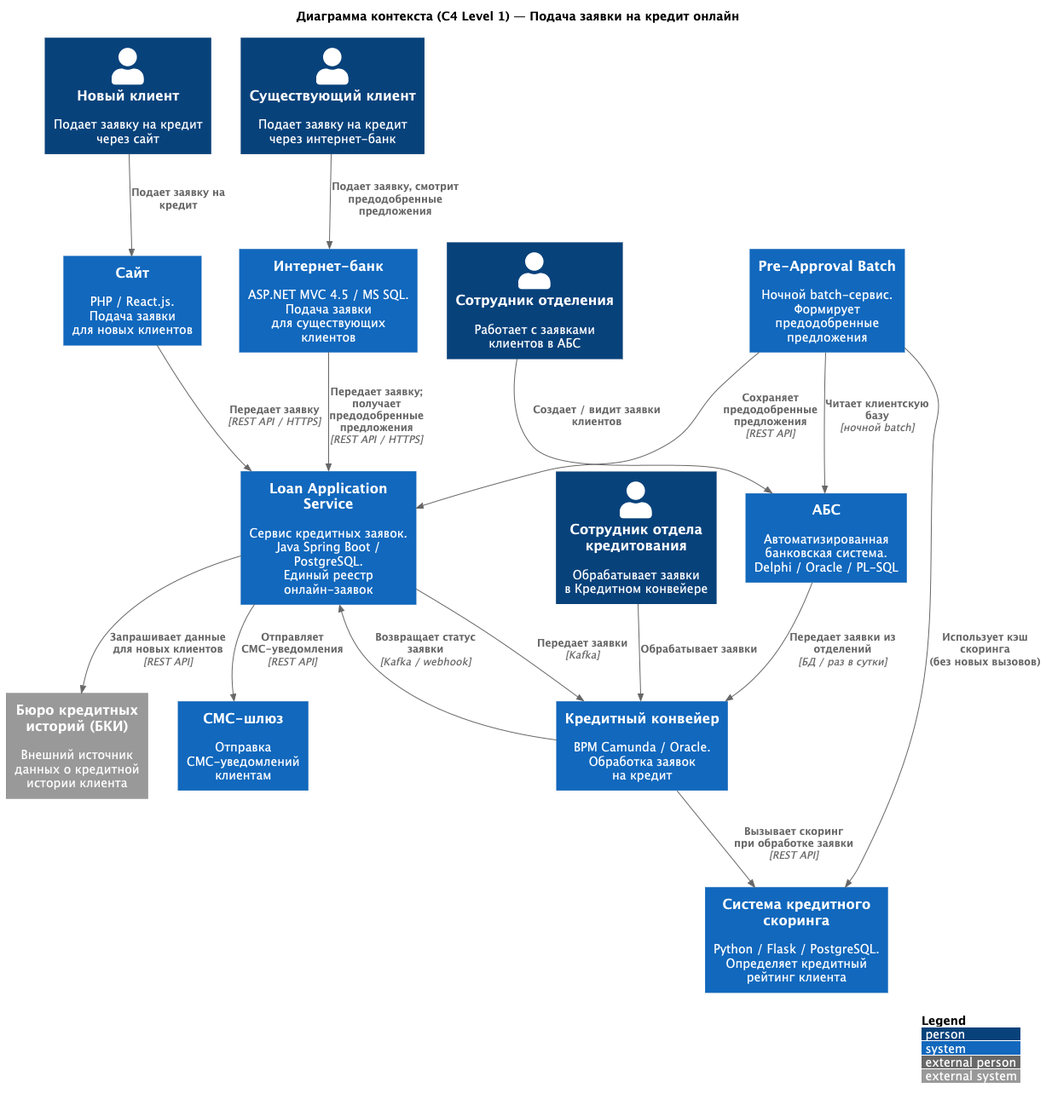
Earlier version of the PlantUML export Task5/Diagrams/c4_context.png (alexruek/architecture-pro-standart). Source of this version:
```plantuml
@startuml c4-context
!include https://raw.githubusercontent.com/plantuml-stdlib/C4-PlantUML/master/C4_Context.puml

LAYOUT_WITH_LEGEND()

title Диаграмма контекста (C4 Level 1) — Подача заявки на кредит онлайн

Person(new_client, "Новый клиент", "Подает заявку на кредит\nчерез сайт")
Person(existing_client, "Существующий клиент", "Подает заявку на кредит\nчерез интернет-банк")
Person(branch_employee, "Сотрудник отделения", "Работает с заявками\nклиентов в АБС")
Person(credit_manager, "Сотрудник отдела\nкредитования", "Обрабатывает заявки\nв Кредитном конвейере")

System(site, "Сайт", "PHP / React.js.\nПодача заявки\nдля новых клиентов")
System(ibank, "Интернет-банк", "ASP.NET MVC 4.5 / MS SQL.\nПодача заявки\nдля существующих клиентов")
System(loan_svc, "Loan Application Service", "Сервис кредитных заявок.\nJava Spring Boot / PostgreSQL.\nЕдиный реестр онлайн-заявок")
System(preapproval_batch, "Pre-Approval Batch", "Ночной batch-сервис.\nФормирует предодобренные\nпредложения")
System(abs, "АБС", "Автоматизированная\nбанковская система.\nDelphi / Oracle / PL-SQL")
System(conveyor, "Кредитный конвейер", "BPM Camunda / Oracle.\nОбработка заявок\nна кредит")
System(scoring, "Система кредитного\nскоринга", "Python / Flask / PostgreSQL.\nОпределяет кредитный\nрейтинг клиента")
System(sms, "СМС-шлюз", "Отправка СМС-уведомлений\nклиентам")
System_Ext(bki, "Бюро кредитных\nисторий (БКИ)", "Внешний источник\nданных о кредитной\nистории клиента")

Rel(new_client, site, "Подает заявку на кредит")
Rel(existing_client, ibank, "Подает заявку, смотрит\nпредодобренные предложения")
Rel(branch_employee, abs, "Создает / видит заявки\nклиентов")
Rel(credit_manager, conveyor, "Обрабатывает заявки")

Rel(site, loan_svc, "Передает заявку", "REST API / HTTPS")
Rel(ibank, loan_svc, "Передает заявку;\nполучает предодобренные предложения", "REST API / HTTPS")
Rel(loan_svc, conveyor, "Передает заявки", "Kafka")
Rel(loan_svc, sms, "Отправляет СМС-уведомления", "REST API")
Rel(loan_svc, bki, "Запрашивает данные\nдля новых клиентов", "REST API")
Rel(preapproval_batch, abs, "Читает клиентскую базу", "ночной batch")
Rel(preapproval_batch, scoring, "Использует кэш скоринга\n(без новых вызовов)")
Rel(preapproval_batch, loan_svc, "Сохраняет предодобренные\nпредложения", "REST API")
Rel(abs, conveyor, "Передает заявки из отделений", "БД / раз в сутки")
Rel(conveyor, scoring, "Вызывает скоринг\nпри обработке заявки", "REST API")
Rel(conveyor, loan_svc, "Возвращает статус заявки", "Kafka / webhook")

@enduml
```
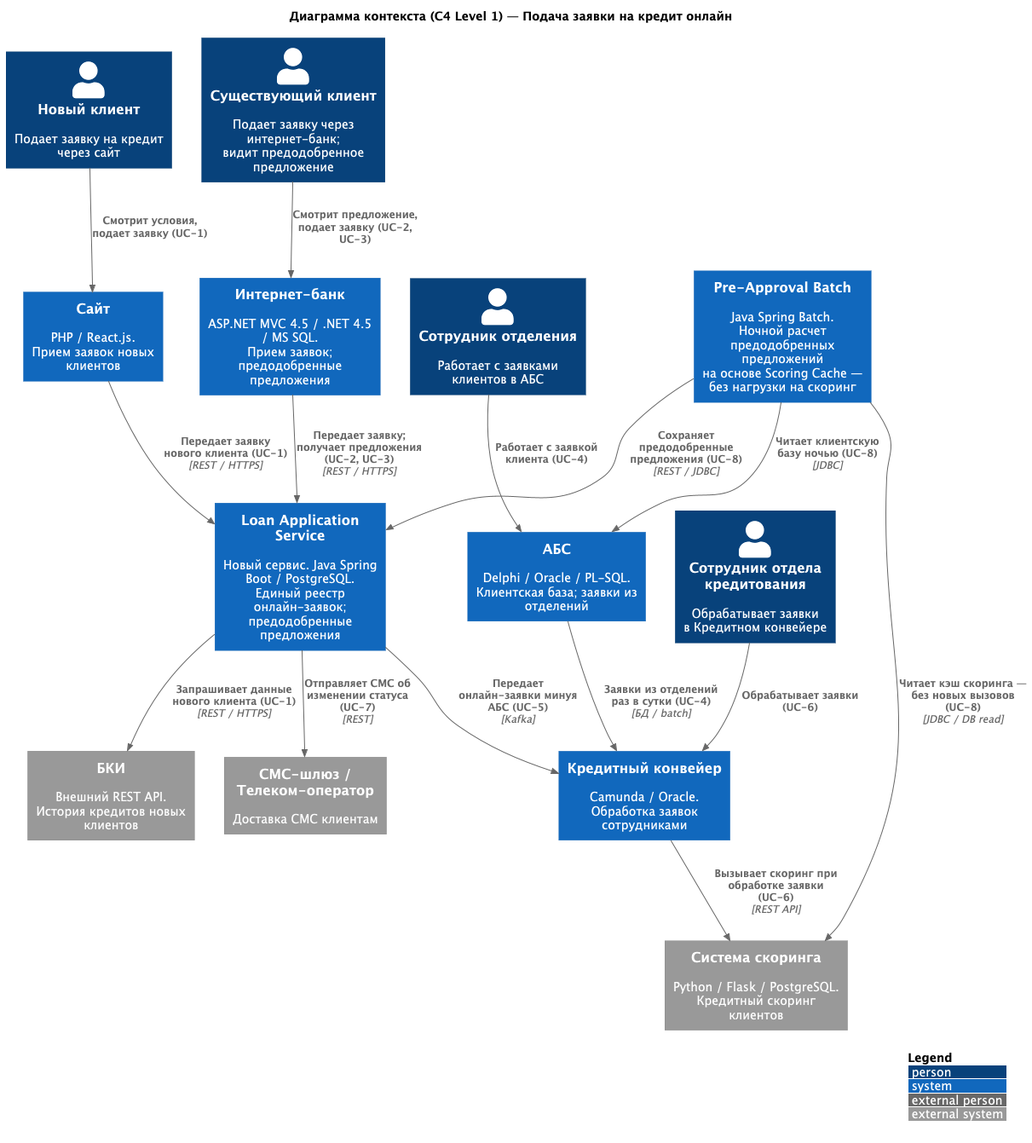
Later version of the same file.

The edit, as a diff of the source:
```diff
@@ -5,36 +5,36 @@
 
 title Диаграмма контекста (C4 Level 1) — Подача заявки на кредит онлайн
 
-Person(new_client, "Новый клиент", "Подает заявку на кредит\nчерез сайт")
-Person(existing_client, "Существующий клиент", "Подает заявку на кредит\nчерез интернет-банк")
-Person(branch_employee, "Сотрудник отделения", "Работает с заявками\nклиентов в АБС")
+Person(new_client, "Новый клиент", "Подает заявку на кредит через сайт")
+Person(existing_client, "Существующий клиент", "Подает заявку через интернет-банк;\nвидит предодобренное предложение")
+Person(branch_employee, "Сотрудник отделения", "Работает с заявками клиентов в АБС")
 Person(credit_manager, "Сотрудник отдела\nкредитования", "Обрабатывает заявки\nв Кредитном конвейере")
 
-System(site, "Сайт", "PHP / React.js.\nПодача заявки\nдля новых клиентов")
-System(ibank, "Интернет-банк", "ASP.NET MVC 4.5 / MS SQL.\nПодача заявки\nдля существующих клиентов")
-System(loan_svc, "Loan Application Service", "Сервис кредитных заявок.\nJava Spring Boot / PostgreSQL.\nЕдиный реестр онлайн-заявок")
-System(preapproval_batch, "Pre-Approval Batch", "Ночной batch-сервис.\nФормирует предодобренные\nпредложения")
-System(abs, "АБС", "Автоматизированная\nбанковская система.\nDelphi / Oracle / PL-SQL")
-System(conveyor, "Кредитный конвейер", "BPM Camunda / Oracle.\nОбработка заявок\nна кредит")
-System(scoring, "Система кредитного\nскоринга", "Python / Flask / PostgreSQL.\nОпределяет кредитный\nрейтинг клиента")
-System(sms, "СМС-шлюз", "Отправка СМС-уведомлений\nклиентам")
-System_Ext(bki, "Бюро кредитных\nисторий (БКИ)", "Внешний источник\nданных о кредитной\nистории клиента")
+System(site, "Сайт", "PHP / React.js.\nПрием заявок новых клиентов")
+System(ibank, "Интернет-банк", "ASP.NET MVC 4.5 / .NET 4.5 / MS SQL.\nПрием заявок; предодобренные предложения")
+System(loan_svc, "Loan Application Service", "Новый сервис. Java Spring Boot / PostgreSQL.\nЕдиный реестр онлайн-заявок;\nпредодобренные предложения")
+System(batch_svc, "Pre-Approval Batch", "Java Spring Batch.\nНочной расчет предодобренных предложений\nна основе Scoring Cache — без нагрузки на скоринг")
+System(conveyor, "Кредитный конвейер", "Camunda / Oracle.\nОбработка заявок сотрудниками")
+System(abs, "АБС", "Delphi / Oracle / PL-SQL.\nКлиентская база; заявки из отделений")
 
-Rel(new_client, site, "Подает заявку на кредит")
-Rel(existing_client, ibank, "Подает заявку, смотрит\nпредодобренные предложения")
-Rel(branch_employee, abs, "Создает / видит заявки\nклиентов")
-Rel(credit_manager, conveyor, "Обрабатывает заявки")
+System_Ext(scoring, "Система скоринга", "Python / Flask / PostgreSQL.\nКредитный скоринг клиентов")
+System_Ext(bki, "БКИ", "Внешний REST API.\nИстория кредитов новых клиентов")
+System_Ext(sms_gw, "СМС-шлюз / Телеком-оператор", "Доставка СМС клиентам")
 
-Rel(site, loan_svc, "Передает заявку", "REST API / HTTPS")
-Rel(ibank, loan_svc, "Передает заявку;\nполучает предодобренные предложения", "REST API / HTTPS")
-Rel(loan_svc, conveyor, "Передает заявки", "Kafka")
-Rel(loan_svc, sms, "Отправляет СМС-уведомления", "REST API")
-Rel(loan_svc, bki, "Запрашивает данные\nдля новых клиентов", "REST API")
-Rel(preapproval_batch, abs, "Читает клиентскую базу", "ночной batch")
-Rel(preapproval_batch, scoring, "Использует кэш скоринга\n(без новых вызовов)")
-Rel(preapproval_batch, loan_svc, "Сохраняет предодобренные\nпредложения", "REST API")
-Rel(abs, conveyor, "Передает заявки из отделений", "БД / раз в сутки")
-Rel(conveyor, scoring, "Вызывает скоринг\nпри обработке заявки", "REST API")
-Rel(conveyor, loan_svc, "Возвращает статус заявки", "Kafka / webhook")
+Rel(new_client, site, "Смотрит условия, подает заявку (UC-1)")
+Rel(existing_client, ibank, "Смотрит предложение, подает заявку (UC-2, UC-3)")
+Rel(branch_employee, abs, "Работает с заявкой клиента (UC-4)")
+Rel(credit_manager, conveyor, "Обрабатывает заявки (UC-6)")
+
+Rel(site, loan_svc, "Передает заявку нового клиента (UC-1)", "REST / HTTPS")
+Rel(ibank, loan_svc, "Передает заявку; получает предложения (UC-2, UC-3)", "REST / HTTPS")
+Rel(loan_svc, conveyor, "Передает онлайн-заявки минуя АБС (UC-5)", "Kafka")
+Rel(loan_svc, sms_gw, "Отправляет СМС об изменении статуса (UC-7)", "REST")
+Rel(loan_svc, bki, "Запрашивает данные нового клиента (UC-1)", "REST / HTTPS")
+Rel(batch_svc, abs, "Читает клиентскую базу ночью (UC-8)", "JDBC")
+Rel(batch_svc, scoring, "Читает кэш скоринга — без новых вызовов (UC-8)", "JDBC / DB read")
+Rel(batch_svc, loan_svc, "Сохраняет предодобренные предложения (UC-8)", "REST / JDBC")
+Rel(abs, conveyor, "Заявки из отделений раз в сутки (UC-4)", "БД / batch")
+Rel(conveyor, scoring, "Вызывает скоринг при обработке заявки (UC-6)", "REST API")
 
 @enduml
```
